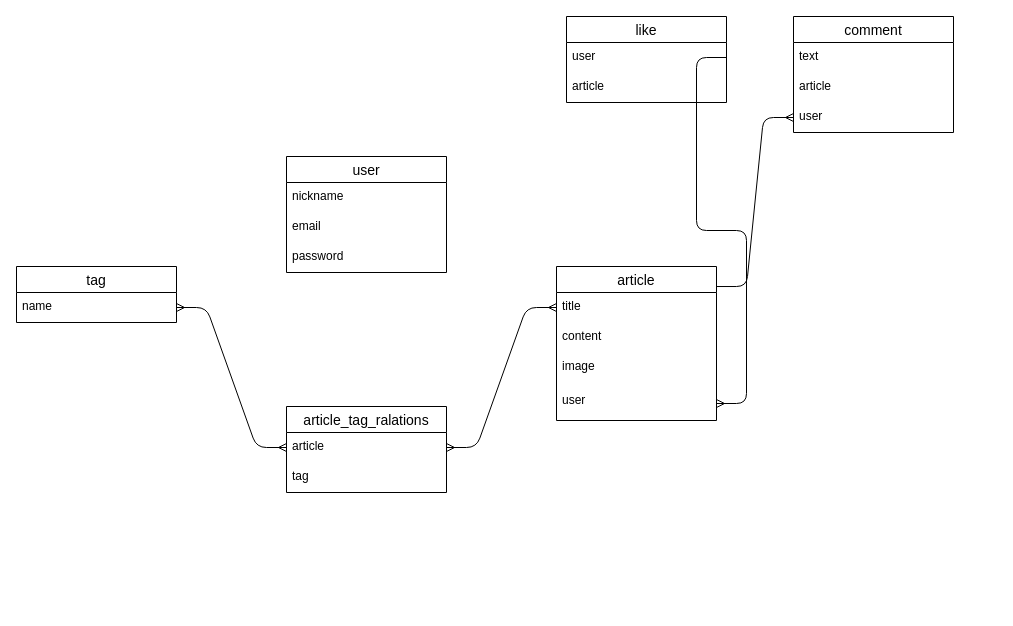
The draw.io diagram app.dio in keroropper/stock-info, before the edit. Source tidied: cells renumbered, new cells numbered last; positions are measured from the earlier drawing's top-left corner, leaving out a move shared by most shapes. Both pictures are drawn from the tidied source at 100%, with x=0, y=0 at pixel (16, 16).
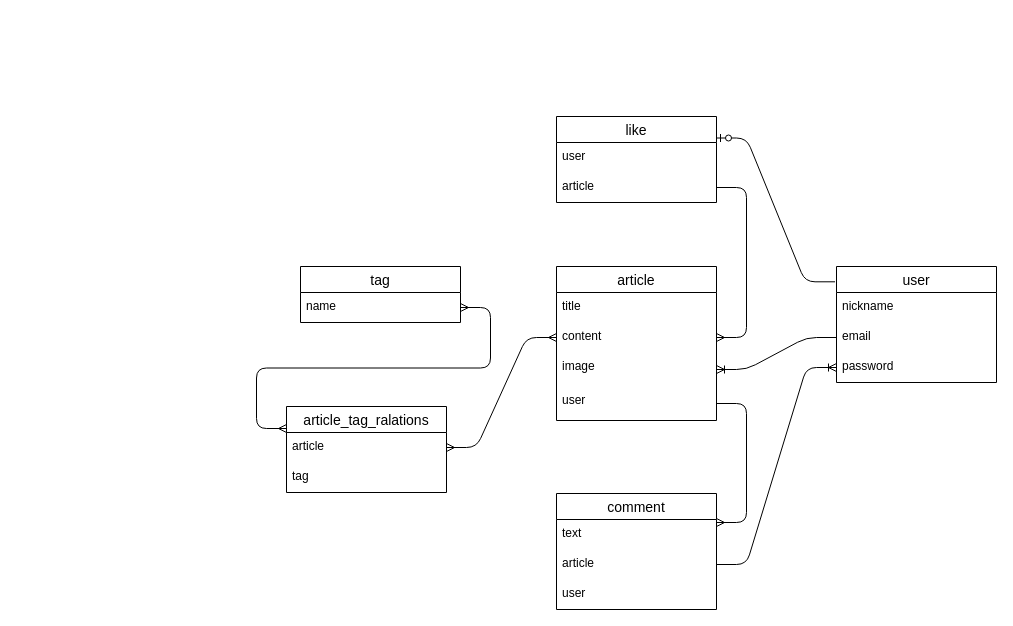
The same diagram, later.

Unchanged cells that the change refers to:
```xml
<mxCell id="4" value="email" style="text;strokeColor=none;fillColor=none;spacingLeft=4;spacingRight=4;overflow=hidden;points=[[0,0.5],[1,0.5]];portConstraint=eastwest;fontSize=12;" parent="2" vertex="1">
  <mxGeometry y="56" width="160" height="30" as="geometry" />
</mxCell>
<mxCell id="5" value="password" style="text;strokeColor=none;fillColor=none;spacingLeft=4;spacingRight=4;overflow=hidden;points=[[0,0.5],[1,0.5]];portConstraint=eastwest;fontSize=12;" parent="2" vertex="1">
  <mxGeometry y="86" width="160" height="30" as="geometry" />
</mxCell>
<mxCell id="6" value="article" style="swimlane;fontStyle=0;horizontal=1;startSize=26;align=center;fontSize=14;" parent="1" vertex="1">
  <mxGeometry x="540" y="250" width="160" height="154" as="geometry" />
</mxCell>
<mxCell id="7" value="title" style="text;strokeColor=none;fillColor=none;spacingLeft=4;spacingRight=4;overflow=hidden;points=[[0,0.5],[1,0.5]];portConstraint=eastwest;fontSize=12;" parent="6" vertex="1">
  <mxGeometry y="26" width="160" height="30" as="geometry" />
</mxCell>
<mxCell id="8" value="content" style="text;strokeColor=none;fillColor=none;spacingLeft=4;spacingRight=4;overflow=hidden;points=[[0,0.5],[1,0.5]];portConstraint=eastwest;fontSize=12;" parent="6" vertex="1">
  <mxGeometry y="56" width="160" height="30" as="geometry" />
</mxCell>
<mxCell id="9" value="image" style="text;strokeColor=none;fillColor=none;spacingLeft=4;spacingRight=4;overflow=hidden;points=[[0,0.5],[1,0.5]];portConstraint=eastwest;fontSize=12;" parent="6" vertex="1">
  <mxGeometry y="86" width="160" height="34" as="geometry" />
</mxCell>
<mxCell id="10" value="user" style="text;strokeColor=none;fillColor=none;spacingLeft=4;spacingRight=4;overflow=hidden;points=[[0,0.5],[1,0.5]];portConstraint=eastwest;fontSize=12;" parent="6" vertex="1">
  <mxGeometry y="120" width="160" height="34" as="geometry" />
</mxCell>
<mxCell id="12" value="name" style="text;strokeColor=none;fillColor=none;spacingLeft=4;spacingRight=4;overflow=hidden;points=[[0,0.5],[1,0.5]];portConstraint=eastwest;fontSize=12;" parent="11" vertex="1">
  <mxGeometry y="26" width="160" height="30" as="geometry" />
</mxCell>
<mxCell id="14" value="article" style="text;strokeColor=none;fillColor=none;spacingLeft=4;spacingRight=4;overflow=hidden;points=[[0,0.5],[1,0.5]];portConstraint=eastwest;fontSize=12;" parent="13" vertex="1">
  <mxGeometry y="26" width="160" height="30" as="geometry" />
</mxCell>
<mxCell id="18" value="article" style="text;strokeColor=none;fillColor=none;spacingLeft=4;spacingRight=4;overflow=hidden;points=[[0,0.5],[1,0.5]];portConstraint=eastwest;fontSize=12;" parent="16" vertex="1">
  <mxGeometry y="56" width="160" height="30" as="geometry" />
</mxCell>
<mxCell id="19" value="user" style="text;strokeColor=none;fillColor=none;spacingLeft=4;spacingRight=4;overflow=hidden;points=[[0,0.5],[1,0.5]];portConstraint=eastwest;fontSize=12;" parent="16" vertex="1">
  <mxGeometry y="86" width="160" height="30" as="geometry" />
</mxCell>
<mxCell id="21" value="user" style="text;strokeColor=none;fillColor=none;spacingLeft=4;spacingRight=4;overflow=hidden;points=[[0,0.5],[1,0.5]];portConstraint=eastwest;fontSize=12;" parent="20" vertex="1">
  <mxGeometry y="26" width="160" height="30" as="geometry" />
</mxCell>
<mxCell id="22" value="article" style="text;strokeColor=none;fillColor=none;spacingLeft=4;spacingRight=4;overflow=hidden;points=[[0,0.5],[1,0.5]];portConstraint=eastwest;fontSize=12;" parent="20" vertex="1">
  <mxGeometry y="56" width="160" height="30" as="geometry" />
</mxCell>
```

The edit, as a diff of the source:
```diff
@@
     <mxCell id="2" value="user" style="swimlane;fontStyle=0;horizontal=1;startSize=26;align=center;fontSize=14;" parent="1" vertex="1">
-      <mxGeometry x="270" y="140" width="160" height="116" as="geometry" />
+      <mxGeometry x="820" y="250" width="160" height="116" as="geometry" />
     </mxCell>
@@
     <mxCell id="11" value="tag" style="swimlane;fontStyle=0;horizontal=1;startSize=26;align=center;fontSize=14;" parent="1" vertex="1">
-      <mxGeometry y="250" width="160" height="56" as="geometry" />
+      <mxGeometry x="284" y="250" width="160" height="56" as="geometry" />
     </mxCell>
@@
     <mxCell id="16" value="comment" style="swimlane;fontStyle=0;horizontal=1;startSize=26;align=center;fontSize=14;" parent="1" vertex="1">
-      <mxGeometry x="777" width="160" height="116" as="geometry" />
+      <mxGeometry x="540" y="477" width="160" height="116" as="geometry" />
     </mxCell>
@@
     <mxCell id="20" value="like" style="swimlane;fontStyle=0;horizontal=1;startSize=26;align=center;fontSize=14;" parent="1" vertex="1">
-      <mxGeometry x="550" width="160" height="86" as="geometry" />
+      <mxGeometry x="540" y="100" width="160" height="86" as="geometry" />
     </mxCell>
@@
-    <mxCell id="23" style="edgeStyle=entityRelationEdgeStyle;fontSize=12;html=1;endArrow=ERmany;exitX=1;exitY=0.5;exitDx=0;exitDy=0;" parent="1" edge="1" source="21" target="10">
+    <mxCell id="23" style="edgeStyle=entityRelationEdgeStyle;fontSize=12;html=1;endArrow=ERmany;exitX=1;exitY=0.5;exitDx=0;exitDy=0;entryX=1;entryY=0.5;entryDx=0;entryDy=0;" parent="1" edge="1" source="22" target="8">
       <mxGeometry relative="1" as="geometry" />
     </mxCell>
-    <mxCell id="24" style="edgeStyle=entityRelationEdgeStyle;fontSize=12;html=1;endArrow=ERmany;exitX=1;exitY=0.13;exitDx=0;exitDy=0;exitPerimeter=0;" parent="1" edge="1" source="6" target="19">
+    <mxCell id="24" style="edgeStyle=entityRelationEdgeStyle;fontSize=12;html=1;endArrow=ERmany;exitX=1;exitY=0.5;exitDx=0;exitDy=0;entryX=1;entryY=0.25;entryDx=0;entryDy=0;" parent="1" edge="1" source="10" target="16">
       <mxGeometry relative="1" as="geometry" />
     </mxCell>
-    <mxCell id="25" style="edgeStyle=entityRelationEdgeStyle;fontSize=12;html=1;endArrow=ERmany;startArrow=ERmany;entryX=0;entryY=0.5;entryDx=0;entryDy=0;exitX=1;exitY=0.5;exitDx=0;exitDy=0;" parent="1" edge="1" source="12" target="14">
-      <mxGeometry relative="1" as="geometry" />
+    <mxCell id="25" style="edgeStyle=entityRelationEdgeStyle;fontSize=12;html=1;endArrow=ERmany;startArrow=ERmany;exitX=1;exitY=0.5;exitDx=0;exitDy=0;" parent="1" edge="1" source="12">
+      <mxGeometry relative="1" as="geometry">
+        <mxPoint x="270" y="412" as="targetPoint" />
+      </mxGeometry>
     </mxCell>
-    <mxCell id="26" style="edgeStyle=entityRelationEdgeStyle;fontSize=12;html=1;endArrow=ERmany;startArrow=ERmany;exitX=1;exitY=0.5;exitDx=0;exitDy=0;entryX=0;entryY=0.5;entryDx=0;entryDy=0;" parent="1" edge="1" source="14" target="7">
+    <mxCell id="26" style="edgeStyle=entityRelationEdgeStyle;fontSize=12;html=1;endArrow=ERmany;startArrow=ERmany;exitX=1;exitY=0.5;exitDx=0;exitDy=0;entryX=0;entryY=0.5;entryDx=0;entryDy=0;" parent="1" edge="1" source="14" target="8">
       <mxGeometry relative="1" as="geometry" />
     </mxCell>
+    <mxCell id="27" style="edgeStyle=entityRelationEdgeStyle;fontSize=12;html=1;endArrow=ERoneToMany;exitX=0;exitY=0.5;exitDx=0;exitDy=0;entryX=1;entryY=0.5;entryDx=0;entryDy=0;" parent="1" edge="1" source="4" target="9">
+      <mxGeometry relative="1" as="geometry" />
+    </mxCell>
+    <mxCell id="28" style="edgeStyle=entityRelationEdgeStyle;fontSize=12;html=1;endArrow=ERzeroToOne;endFill=1;entryX=1;entryY=0.25;entryDx=0;entryDy=0;exitX=-0.009;exitY=0.132;exitDx=0;exitDy=0;exitPerimeter=0;" parent="1" edge="1" source="2" target="20">
+      <mxGeometry relative="1" as="geometry" />
+    </mxCell>
+    <mxCell id="29" style="edgeStyle=entityRelationEdgeStyle;fontSize=12;html=1;endArrow=ERoneToMany;exitX=1;exitY=0.5;exitDx=0;exitDy=0;entryX=0;entryY=0.5;entryDx=0;entryDy=0;" parent="1" edge="1" source="18" target="5">
+      <mxGeometry relative="1" as="geometry" />
+    </mxCell>
```
